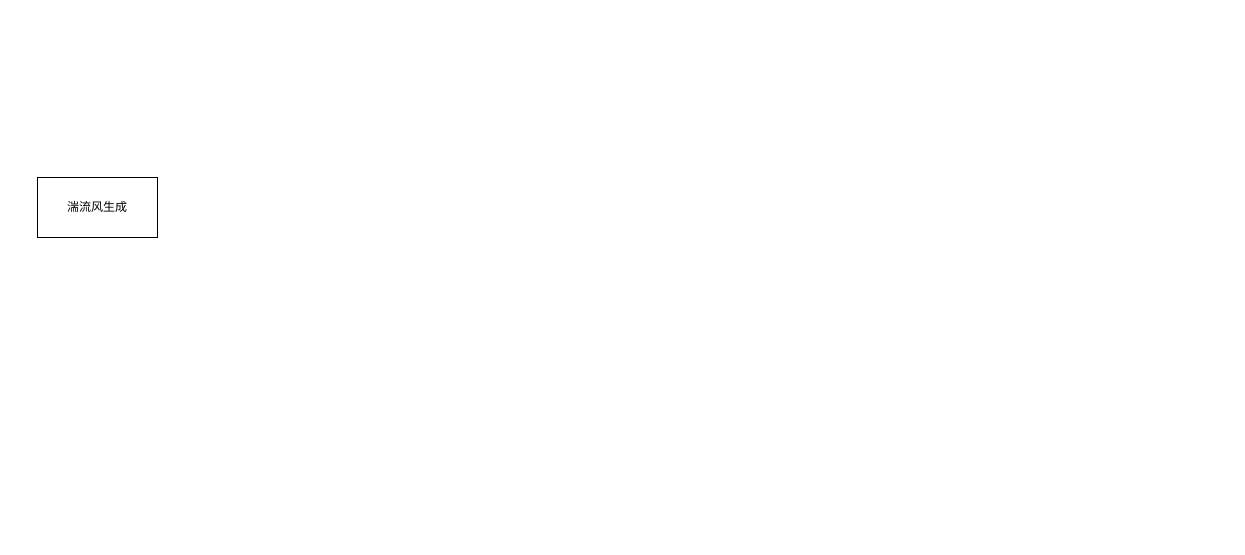
Above: openfast.drawio in funkallll/deeplearning (draw.io), before the change. Source tidied: cells renumbered, new cells numbered last; positions are measured from the earlier drawing's top-left corner, leaving out a move shared by most shapes. Both pictures are drawn from the tidied source at 100%, with x=0, y=0 at pixel (37, 177).
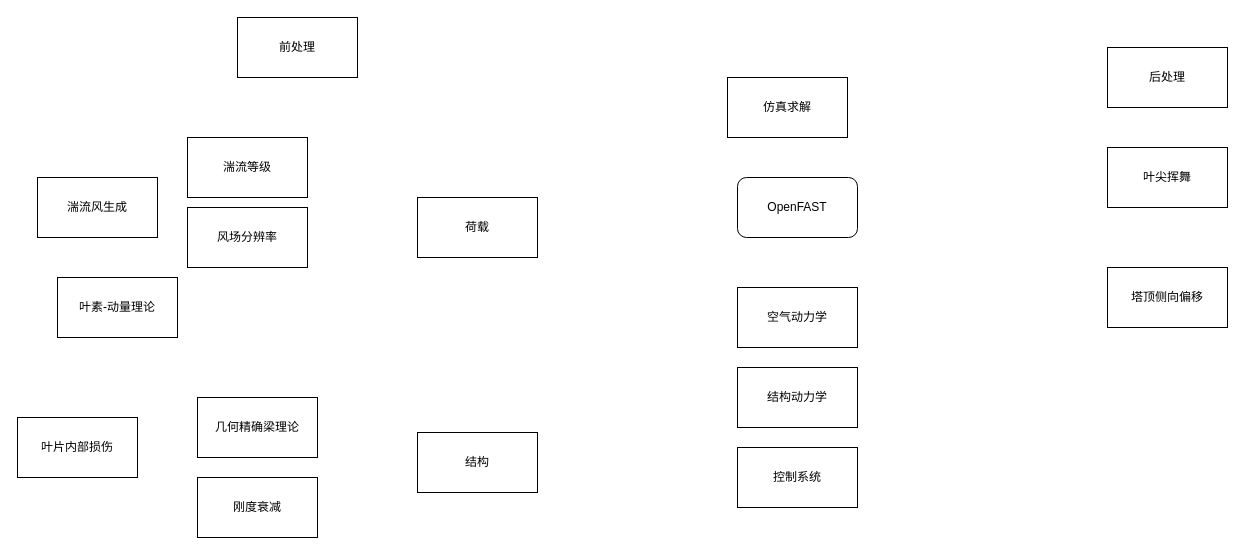
Above is the later version.

The edit, as a diff of the source:
```diff
@@
 <mxGraphModel>
   <root>
     <mxCell id="0" />
     <mxCell id="1" parent="0" />
     <mxCell id="2" value="湍流风生成" style="rounded=0;whiteSpace=wrap;html=1;" parent="1" vertex="1">
       <mxGeometry width="120" height="60" as="geometry" />
     </mxCell>
+    <mxCell id="3" value="叶片内部损伤" style="rounded=0;whiteSpace=wrap;html=1;" parent="1" vertex="1">
+      <mxGeometry x="-20" y="240" width="120" height="60" as="geometry" />
+    </mxCell>
+    <mxCell id="4" value="湍流等级" style="rounded=0;whiteSpace=wrap;html=1;" parent="1" vertex="1">
+      <mxGeometry x="150" y="-40" width="120" height="60" as="geometry" />
+    </mxCell>
+    <mxCell id="5" value="风场分辨率" style="rounded=0;whiteSpace=wrap;html=1;" parent="1" vertex="1">
+      <mxGeometry x="150" y="30" width="120" height="60" as="geometry" />
+    </mxCell>
+    <mxCell id="6" value="刚度衰减" style="rounded=0;whiteSpace=wrap;html=1;" parent="1" vertex="1">
+      <mxGeometry x="160" y="300" width="120" height="60" as="geometry" />
+    </mxCell>
+    <mxCell id="7" value="几何精确梁理论" style="rounded=0;whiteSpace=wrap;html=1;" parent="1" vertex="1">
+      <mxGeometry x="160" y="220" width="120" height="60" as="geometry" />
+    </mxCell>
+    <mxCell id="8" value="结构" style="rounded=0;whiteSpace=wrap;html=1;" parent="1" vertex="1">
+      <mxGeometry x="380" y="255" width="120" height="60" as="geometry" />
+    </mxCell>
+    <mxCell id="9" value="荷载" style="rounded=0;whiteSpace=wrap;html=1;" parent="1" vertex="1">
+      <mxGeometry x="380" y="20" width="120" height="60" as="geometry" />
+    </mxCell>
+    <mxCell id="10" value="OpenFAST" style="rounded=1;whiteSpace=wrap;html=1;" parent="1" vertex="1">
+      <mxGeometry x="700" width="120" height="60" as="geometry" />
+    </mxCell>
+    <mxCell id="11" value="前处理" style="rounded=0;whiteSpace=wrap;html=1;" parent="1" vertex="1">
+      <mxGeometry x="200" y="-160" width="120" height="60" as="geometry" />
+    </mxCell>
+    <mxCell id="12" value="后处理" style="rounded=0;whiteSpace=wrap;html=1;" parent="1" vertex="1">
+      <mxGeometry x="1070" y="-130" width="120" height="60" as="geometry" />
+    </mxCell>
+    <mxCell id="13" value="叶尖挥舞" style="rounded=0;whiteSpace=wrap;html=1;" parent="1" vertex="1">
+      <mxGeometry x="1070" y="-30" width="120" height="60" as="geometry" />
+    </mxCell>
+    <mxCell id="14" value="塔顶侧向偏移" style="rounded=0;whiteSpace=wrap;html=1;" parent="1" vertex="1">
+      <mxGeometry x="1070" y="90" width="120" height="60" as="geometry" />
+    </mxCell>
+    <mxCell id="15" value="叶素-动量理论" style="rounded=0;whiteSpace=wrap;html=1;" parent="1" vertex="1">
+      <mxGeometry x="20" y="100" width="120" height="60" as="geometry" />
+    </mxCell>
+    <mxCell id="16" value="仿真求解" style="rounded=0;whiteSpace=wrap;html=1;" parent="1" vertex="1">
+      <mxGeometry x="690" y="-100" width="120" height="60" as="geometry" />
+    </mxCell>
+    <mxCell id="17" value="结构动力学" style="rounded=0;whiteSpace=wrap;html=1;" parent="1" vertex="1">
+      <mxGeometry x="700" y="190" width="120" height="60" as="geometry" />
+    </mxCell>
+    <mxCell id="18" value="空气动力学" style="rounded=0;whiteSpace=wrap;html=1;" parent="1" vertex="1">
+      <mxGeometry x="700" y="110" width="120" height="60" as="geometry" />
+    </mxCell>
+    <mxCell id="19" value="控制系统" style="rounded=0;whiteSpace=wrap;html=1;" parent="1" vertex="1">
+      <mxGeometry x="700" y="270" width="120" height="60" as="geometry" />
+    </mxCell>
   </root>
 </mxGraphModel>
```
